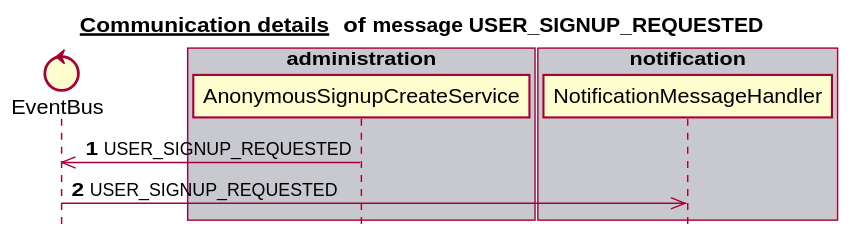
Earlier version of the PlantUML export docs/latest/images/gen_domain_messaging_user_signup_requested.svg (mercedes-benz/sechub). The source it was exported from:
```plantuml
@startuml


title __Communication details __ of **message USER_SIGNUP_REQUESTED**
skinparam style strictuml


control EventBus
box "authorization" #C8C8CF
end box
box "scan" #F8F8FF
end box
box "administration" #C8C8CF
   participant AnonymousSignupCreateService
end box
box "schedule" #F8F8FF
end box
box "notification" #C8C8CF
   participant NotificationMessageHandler
end box
autonumber 1
AnonymousSignupCreateService ->> EventBus:USER_SIGNUP_REQUESTED
EventBus ->> NotificationMessageHandler:USER_SIGNUP_REQUESTED
autonumber stop


@enduml
```
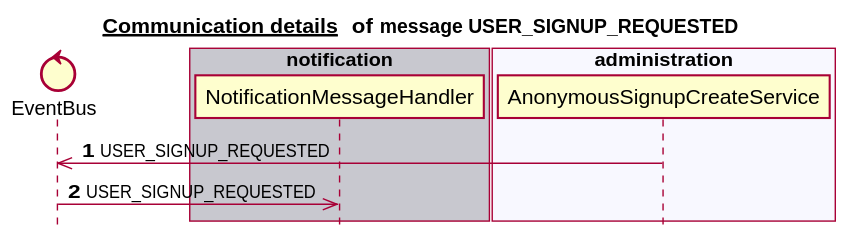
After the change.

Change to the diagram source:
```diff
@@ -6,17 +6,17 @@
 
 
 control EventBus
-box "authorization" #C8C8CF
+box "schedule" #C8C8CF
 end box
 box "scan" #F8F8FF
 end box
-box "administration" #C8C8CF
+box "notification" #C8C8CF
+   participant NotificationMessageHandler
+end box
+box "administration" #F8F8FF
    participant AnonymousSignupCreateService
 end box
-box "schedule" #F8F8FF
-end box
-box "notification" #C8C8CF
-   participant NotificationMessageHandler
+box "authorization" #C8C8CF
 end box
 autonumber 1
 AnonymousSignupCreateService ->> EventBus:USER_SIGNUP_REQUESTED
```
